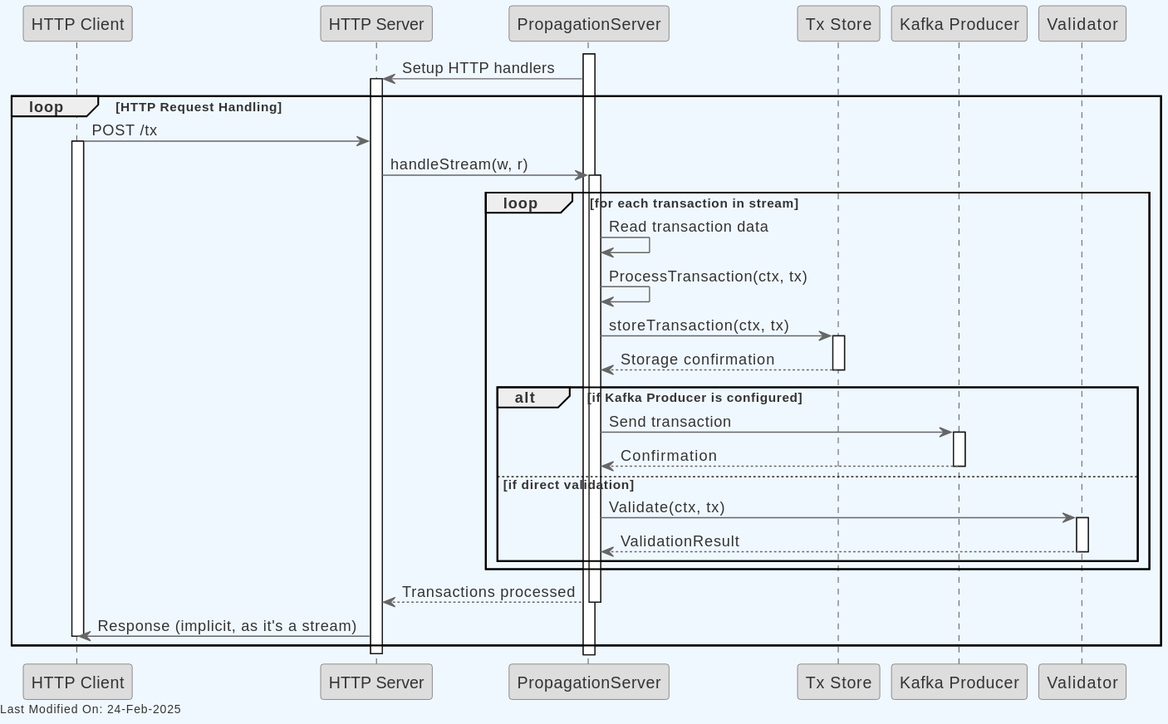
The PlantUML diagram docs/topics/services/img/plantuml/propagation/propagation_http.svg in freemans13/teranode, before a commit. Its source is kept beside it as docs/topics/services/img/plantuml/propagation/propagation_http.puml.
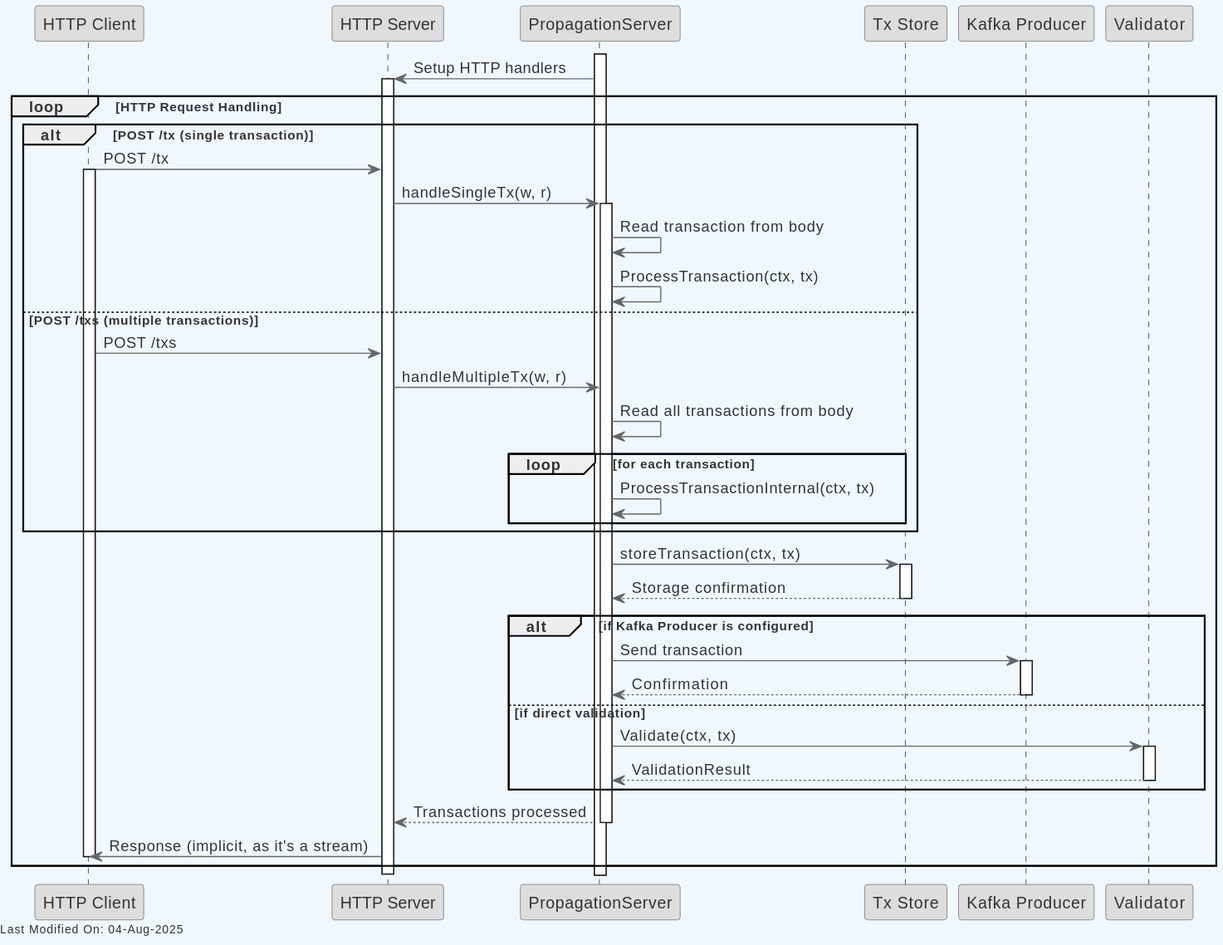
The same file after the commit.

Change to the diagram source:
```diff
@@ -34,14 +34,21 @@
 activate HTTP
 
 loop HTTP Request Handling
-    Client -> HTTP: POST /tx
-    activate Client
-    HTTP -> Server: handleStream(w, r)
-    activate Server
-
-    loop for each transaction in stream
-        Server -> Server: Read transaction data
+    alt POST /tx (single transaction)
+        Client -> HTTP: POST /tx
+        activate Client
+        HTTP -> Server: handleSingleTx(w, r)
+        activate Server
+        Server -> Server: Read transaction from body
         Server -> Server: ProcessTransaction(ctx, tx)
+    else POST /txs (multiple transactions)
+        Client -> HTTP: POST /txs
+        HTTP -> Server: handleMultipleTx(w, r)
+        Server -> Server: Read all transactions from body
+        loop for each transaction
+            Server -> Server: ProcessTransactionInternal(ctx, tx)
+        end
+    end
 
         Server -> TxStore: storeTransaction(ctx, tx)
         activate TxStore
@@ -59,12 +66,11 @@
             ValidationService --> Server: ValidationResult
             deactivate ValidationService
         end
-    end
 
-    Server --> HTTP: Transactions processed
-    deactivate Server
-    HTTP -> Client: Response (implicit, as it's a stream)
-    deactivate Client
+        Server --> HTTP: Transactions processed
+        deactivate Server
+        HTTP -> Client: Response (implicit, as it's a stream)
+        deactivate Client
 end
 
 deactivate HTTP
```
